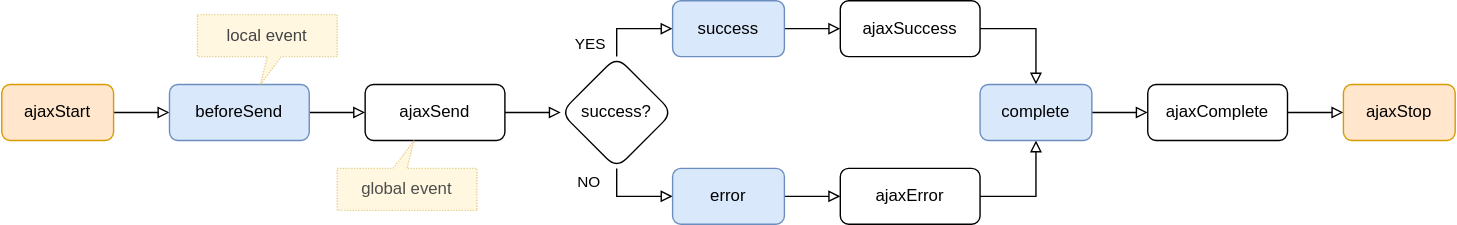
AntonShevchuk/jquery-for-beginners keeps this draw.io diagram as .gitbook/assets/events.svg. Above is the earlier version. Source tidied: cells renumbered, new cells last; positions are measured from the earlier drawing's top-left corner, leaving out a move shared by most shapes. The source it was exported from:
```xml
<mxGraphModel>
  <root>
    <mxCell id="0" />
    <mxCell id="1" parent="0" />
    <mxCell id="2" style="edgeStyle=orthogonalEdgeStyle;rounded=0;jettySize=auto;html=1;endArrow=block;endFill=0;" parent="1" edge="1" source="3" target="5">
      <mxGeometry relative="1" as="geometry" />
    </mxCell>
    <mxCell id="3" value="ajaxStart" style="rounded=1;whiteSpace=wrap;html=1;fontSize=12;glass=0;strokeWidth=1;shadow=0;fillColor=#ffe6cc;strokeColor=#d79b00;" parent="1" vertex="1">
      <mxGeometry y="60" width="80" height="40" as="geometry" />
    </mxCell>
    <mxCell id="4" style="edgeStyle=orthogonalEdgeStyle;rounded=0;jettySize=auto;html=1;endArrow=block;endFill=0;" parent="1" edge="1" source="5" target="7">
      <mxGeometry relative="1" as="geometry" />
    </mxCell>
    <mxCell id="5" value="beforeSend" style="rounded=1;whiteSpace=wrap;html=1;fontSize=12;glass=0;strokeWidth=1;shadow=0;fillColor=#dae8fc;strokeColor=#6c8ebf;" parent="1" vertex="1">
      <mxGeometry x="120" y="60" width="100" height="40" as="geometry" />
    </mxCell>
    <mxCell id="6" style="edgeStyle=orthogonalEdgeStyle;rounded=0;jettySize=auto;html=1;endArrow=block;endFill=0;" parent="1" edge="1" source="7" target="11">
      <mxGeometry relative="1" as="geometry" />
    </mxCell>
    <mxCell id="7" value="ajaxSend" style="rounded=1;whiteSpace=wrap;html=1;fontSize=12;glass=0;strokeWidth=1;shadow=0;" parent="1" vertex="1">
      <mxGeometry x="260" y="60" width="100" height="40" as="geometry" />
    </mxCell>
    <mxCell id="8" style="edgeStyle=orthogonalEdgeStyle;rounded=0;jettySize=auto;html=1;entryX=0;entryY=0.5;entryDx=0;entryDy=0;endArrow=block;endFill=0;" parent="1" edge="1" source="11" target="15">
      <mxGeometry relative="1" as="geometry">
        <Array as="points">
          <mxPoint x="440" y="20" />
        </Array>
      </mxGeometry>
    </mxCell>
    <mxCell id="9" value="YES" style="edgeLabel;html=1;align=center;verticalAlign=middle;" parent="8" vertex="1">
      <mxGeometry x="0.03" y="4" relative="1" as="geometry">
        <mxPoint x="-31" y="14" as="offset" />
      </mxGeometry>
    </mxCell>
    <mxCell id="10" value="NO" style="edgeStyle=orthogonalEdgeStyle;rounded=0;jettySize=auto;html=1;endArrow=block;endFill=0;entryX=0;entryY=0.5;entryDx=0;entryDy=0;" parent="1" edge="1" source="11" target="13">
      <mxGeometry x="-0.67" y="-20" relative="1" as="geometry">
        <Array as="points">
          <mxPoint x="440" y="140" />
        </Array>
      </mxGeometry>
    </mxCell>
    <mxCell id="11" value="success?" style="rhombus;whiteSpace=wrap;html=1;rounded=1;glass=0;strokeWidth=1;shadow=0;" parent="1" vertex="1">
      <mxGeometry x="400" y="40" width="80" height="80" as="geometry" />
    </mxCell>
    <mxCell id="12" style="edgeStyle=orthogonalEdgeStyle;rounded=0;jettySize=auto;html=1;endArrow=block;endFill=0;" parent="1" edge="1" source="13" target="19">
      <mxGeometry relative="1" as="geometry" />
    </mxCell>
    <mxCell id="13" value="error" style="rounded=1;whiteSpace=wrap;html=1;fontSize=12;glass=0;strokeWidth=1;shadow=0;fillColor=#dae8fc;strokeColor=#6c8ebf;" parent="1" vertex="1">
      <mxGeometry x="480" y="120" width="80" height="40" as="geometry" />
    </mxCell>
    <mxCell id="14" style="edgeStyle=orthogonalEdgeStyle;rounded=0;jettySize=auto;html=1;endArrow=block;endFill=0;" parent="1" edge="1" source="15" target="17">
      <mxGeometry relative="1" as="geometry" />
    </mxCell>
    <mxCell id="15" value="success" style="rounded=1;whiteSpace=wrap;html=1;fontSize=12;glass=0;strokeWidth=1;shadow=0;fillColor=#dae8fc;strokeColor=#6c8ebf;" parent="1" vertex="1">
      <mxGeometry x="480" width="80" height="40" as="geometry" />
    </mxCell>
    <mxCell id="16" style="edgeStyle=orthogonalEdgeStyle;rounded=0;jettySize=auto;html=1;endArrow=block;endFill=0;" parent="1" edge="1" source="17" target="21">
      <mxGeometry relative="1" as="geometry">
        <Array as="points">
          <mxPoint x="740" y="20" />
        </Array>
      </mxGeometry>
    </mxCell>
    <mxCell id="17" value="ajaxSuccess" style="rounded=1;whiteSpace=wrap;html=1;fontSize=12;glass=0;strokeWidth=1;shadow=0;" parent="1" vertex="1">
      <mxGeometry x="600" width="100" height="40" as="geometry" />
    </mxCell>
    <mxCell id="18" style="edgeStyle=orthogonalEdgeStyle;rounded=0;jettySize=auto;html=1;entryX=0.5;entryY=1;entryDx=0;entryDy=0;endArrow=block;endFill=0;" parent="1" edge="1" source="19" target="21">
      <mxGeometry relative="1" as="geometry">
        <Array as="points">
          <mxPoint x="740" y="140" />
        </Array>
      </mxGeometry>
    </mxCell>
    <mxCell id="19" value="ajaxError" style="rounded=1;whiteSpace=wrap;html=1;fontSize=12;glass=0;strokeWidth=1;shadow=0;" parent="1" vertex="1">
      <mxGeometry x="600" y="120" width="100" height="40" as="geometry" />
    </mxCell>
    <mxCell id="20" style="edgeStyle=orthogonalEdgeStyle;rounded=0;jettySize=auto;html=1;endArrow=block;endFill=0;" parent="1" edge="1" source="21" target="23">
      <mxGeometry relative="1" as="geometry" />
    </mxCell>
    <mxCell id="21" value="complete" style="rounded=1;whiteSpace=wrap;html=1;fontSize=12;glass=0;strokeWidth=1;shadow=0;fillColor=#dae8fc;strokeColor=#6c8ebf;" parent="1" vertex="1">
      <mxGeometry x="700" y="60" width="80" height="40" as="geometry" />
    </mxCell>
    <mxCell id="22" style="edgeStyle=orthogonalEdgeStyle;rounded=0;jettySize=auto;html=1;endArrow=block;endFill=0;" parent="1" edge="1" source="23" target="24">
      <mxGeometry relative="1" as="geometry" />
    </mxCell>
    <mxCell id="23" value="ajaxComplete" style="rounded=1;whiteSpace=wrap;html=1;fontSize=12;glass=0;strokeWidth=1;shadow=0;" parent="1" vertex="1">
      <mxGeometry x="820" y="60" width="100" height="40" as="geometry" />
    </mxCell>
    <mxCell id="24" value="ajaxStop" style="rounded=1;whiteSpace=wrap;html=1;fontSize=12;glass=0;strokeWidth=1;shadow=0;fillColor=#ffe6cc;strokeColor=#d79b00;" parent="1" vertex="1">
      <mxGeometry x="960" y="60" width="80" height="40" as="geometry" />
    </mxCell>
    <mxCell id="25" value="local event" style="shape=callout;whiteSpace=wrap;html=1;perimeter=calloutPerimeter;fillColor=#fff2cc;strokeColor=#d6b656;position2=0.45;size=20;position=0.5;dashed=1;dashPattern=1 1;opacity=60;base=10;fontColor=#434445;" parent="1" vertex="1">
      <mxGeometry x="140" y="10" width="100" height="50" as="geometry" />
    </mxCell>
    <mxCell id="26" value="global event" style="shape=callout;whiteSpace=wrap;html=1;perimeter=calloutPerimeter;fillColor=#fff2cc;strokeColor=#d6b656;position2=0.45;size=20;position=0.5;base=10;direction=west;dashed=1;dashPattern=1 1;opacity=60;fontColor=#4D4D4D;" parent="1" vertex="1">
      <mxGeometry x="240" y="100" width="100" height="50" as="geometry" />
    </mxCell>
  </root>
</mxGraphModel>
```
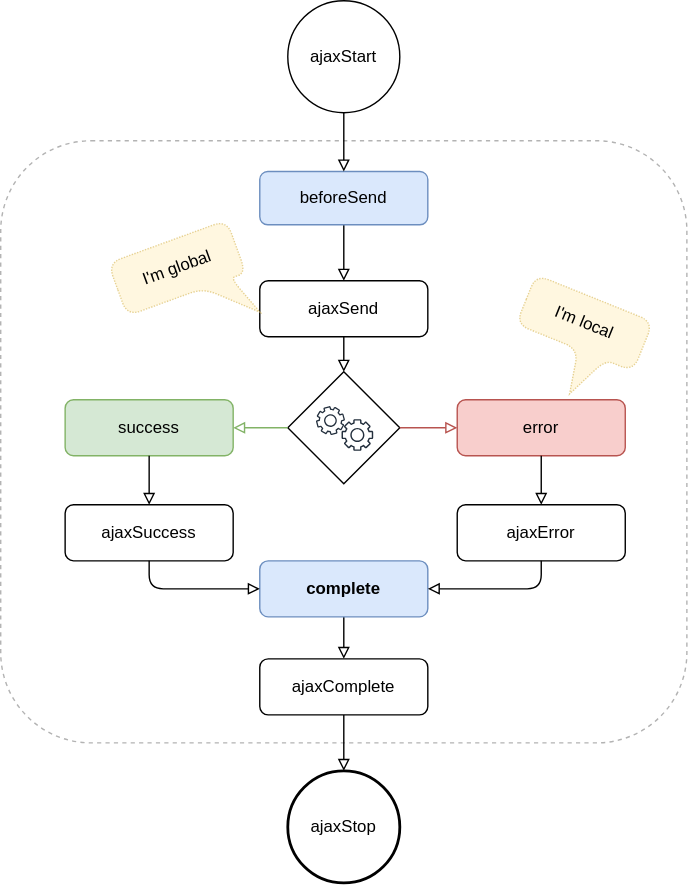
After the commit.

What changed in the source:
```diff
@@ -1,99 +1,98 @@
-<mxGraphModel>
+<mxGraphModel background="#ffffff">
   <root>
-    <mxCell id="0" />
-    <mxCell id="1" parent="0" />
-    <mxCell id="2" style="edgeStyle=orthogonalEdgeStyle;rounded=0;jettySize=auto;html=1;endArrow=block;endFill=0;" parent="1" edge="1" source="3" target="5">
-      <mxGeometry relative="1" as="geometry" />
-    </mxCell>
+    <mxCell id="27" />
+    <mxCell id="28" parent="27" />
+    <mxCell id="29" style="rounded=1;whiteSpace=wrap;html=1;strokeColor=#B3B3B3;strokeWidth=1;fillColor=none;dashed=1;" parent="28" vertex="1">
+      <mxGeometry x="-126" y="160" width="490" height="430" as="geometry" />
+    </mxCell>
-    <mxCell id="3" value="ajaxStart" style="rounded=1;whiteSpace=wrap;html=1;fontSize=12;glass=0;strokeWidth=1;shadow=0;fillColor=#ffe6cc;strokeColor=#d79b00;" parent="1" vertex="1">
-      <mxGeometry y="60" width="80" height="40" as="geometry" />
+    <mxCell id="3" value="ajaxStart" style="ellipse;whiteSpace=wrap;html=1;strokeWidth=1;" parent="28" vertex="1">
+      <mxGeometry x="79" y="60" width="80" height="80" as="geometry" />
     </mxCell>
-    <mxCell id="4" style="edgeStyle=orthogonalEdgeStyle;rounded=0;jettySize=auto;html=1;endArrow=block;endFill=0;" parent="1" edge="1" source="5" target="7">
+    <mxCell id="4" style="edgeStyle=orthogonalEdgeStyle;rounded=0;jettySize=auto;html=1;entryX=0.5;entryY=0;entryDx=0;entryDy=0;endArrow=block;endFill=0;" parent="28" edge="1" source="5" target="7">
       <mxGeometry relative="1" as="geometry" />
     </mxCell>
-    <mxCell id="5" value="beforeSend" style="rounded=1;whiteSpace=wrap;html=1;fontSize=12;glass=0;strokeWidth=1;shadow=0;fillColor=#dae8fc;strokeColor=#6c8ebf;" parent="1" vertex="1">
-      <mxGeometry x="120" y="60" width="100" height="40" as="geometry" />
+    <mxCell id="5" value="beforeSend" style="rounded=1;whiteSpace=wrap;html=1;fillColor=#dae8fc;strokeColor=#6c8ebf;strokeWidth=1;fontStyle=0;" parent="28" vertex="1">
+      <mxGeometry x="59" y="182" width="120" height="38" as="geometry" />
     </mxCell>
-    <mxCell id="6" style="edgeStyle=orthogonalEdgeStyle;rounded=0;jettySize=auto;html=1;endArrow=block;endFill=0;" parent="1" edge="1" source="7" target="11">
-      <mxGeometry relative="1" as="geometry" />
-    </mxCell>
-    <mxCell id="7" value="ajaxSend" style="rounded=1;whiteSpace=wrap;html=1;fontSize=12;glass=0;strokeWidth=1;shadow=0;" parent="1" vertex="1">
-      <mxGeometry x="260" y="60" width="100" height="40" as="geometry" />
+    <mxCell id="7" value="ajaxSend" style="rounded=1;whiteSpace=wrap;html=1;strokeWidth=1;" parent="28" vertex="1">
+      <mxGeometry x="59" y="260" width="120" height="40" as="geometry" />
     </mxCell>
-    <mxCell id="8" style="edgeStyle=orthogonalEdgeStyle;rounded=0;jettySize=auto;html=1;entryX=0;entryY=0.5;entryDx=0;entryDy=0;endArrow=block;endFill=0;" parent="1" edge="1" source="11" target="15">
-      <mxGeometry relative="1" as="geometry">
-        <Array as="points">
-          <mxPoint x="440" y="20" />
-        </Array>
-      </mxGeometry>
-    </mxCell>
-    <mxCell id="9" value="YES" style="edgeLabel;html=1;align=center;verticalAlign=middle;" parent="8" vertex="1">
-      <mxGeometry x="0.03" y="4" relative="1" as="geometry">
-        <mxPoint x="-31" y="14" as="offset" />
-      </mxGeometry>
-    </mxCell>
-    <mxCell id="10" value="NO" style="edgeStyle=orthogonalEdgeStyle;rounded=0;jettySize=auto;html=1;endArrow=block;endFill=0;entryX=0;entryY=0.5;entryDx=0;entryDy=0;" parent="1" edge="1" source="11" target="13">
-      <mxGeometry x="-0.67" y="-20" relative="1" as="geometry">
-        <Array as="points">
-          <mxPoint x="440" y="140" />
-        </Array>
-      </mxGeometry>
-    </mxCell>
-    <mxCell id="11" value="success?" style="rhombus;whiteSpace=wrap;html=1;rounded=1;glass=0;strokeWidth=1;shadow=0;" parent="1" vertex="1">
-      <mxGeometry x="400" y="40" width="80" height="80" as="geometry" />
-    </mxCell>
+    <mxCell id="2" style="endArrow=block;html=1;entryX=0.5;entryY=0;exitX=0.5;exitY=1;endFill=0;" parent="28" edge="1" source="3" target="5">
+      <mxGeometry relative="1" as="geometry" />
+    </mxCell>
+    <mxCell id="20" style="edgeStyle=orthogonalEdgeStyle;rounded=0;jettySize=auto;html=1;exitX=0.5;exitY=1;exitDx=0;exitDy=0;endArrow=block;endFill=0;" parent="28" edge="1" source="21" target="23">
+      <mxGeometry relative="1" as="geometry" />
+    </mxCell>
+    <mxCell id="30" style="rhombus;whiteSpace=wrap;html=1;strokeWidth=1;" parent="28" vertex="1">
+      <mxGeometry x="79" y="325" width="80" height="80" as="geometry" />
+    </mxCell>
+    <mxCell id="31" style="endArrow=block;html=1;exitX=0.5;exitY=1;entryX=0.5;entryY=0;strokeWidth=1;endFill=0;" parent="28" edge="1" source="7" target="30">
+      <mxGeometry relative="1" as="geometry" />
+    </mxCell>
+    <mxCell id="15" value="success" style="rounded=1;whiteSpace=wrap;html=1;fillColor=#d5e8d4;strokeColor=#82b366;strokeWidth=1;fontStyle=0;" parent="28" vertex="1">
+      <mxGeometry x="-80" y="345" width="120" height="40" as="geometry" />
+    </mxCell>
+    <mxCell id="32" style="endArrow=block;html=1;exitX=0;exitY=0.5;entryX=1;entryY=0.5;fillColor=#d5e8d4;strokeColor=#82b366;strokeWidth=1;endFill=0;" parent="28" edge="1" source="30" target="15">
+      <mxGeometry relative="1" as="geometry" />
+    </mxCell>
+    <mxCell id="13" value="error" style="rounded=1;whiteSpace=wrap;html=1;fillColor=#f8cecc;strokeColor=#b85450;strokeWidth=1;fontStyle=0;" parent="28" vertex="1">
+      <mxGeometry x="200" y="345" width="120" height="40" as="geometry" />
+    </mxCell>
+    <mxCell id="33" style="endArrow=block;html=1;exitX=1;exitY=0.5;fillColor=#f8cecc;strokeColor=#b85450;strokeWidth=1;endFill=0;" parent="28" edge="1" source="30" target="13">
+      <mxGeometry relative="1" as="geometry" />
+    </mxCell>
+    <mxCell id="17" value="ajaxSuccess" style="rounded=1;whiteSpace=wrap;html=1;strokeWidth=1;" parent="28" vertex="1">
+      <mxGeometry x="-80" y="420" width="120" height="40" as="geometry" />
+    </mxCell>
+    <mxCell id="19" value="ajaxError" style="rounded=1;whiteSpace=wrap;html=1;strokeWidth=1;" parent="28" vertex="1">
+      <mxGeometry x="200" y="420" width="120" height="40" as="geometry" />
+    </mxCell>
+    <mxCell id="14" style="endArrow=block;html=1;exitX=0.5;exitY=1;entryX=0.5;entryY=0;strokeWidth=1;endFill=0;" parent="28" edge="1" source="15" target="17">
+      <mxGeometry relative="1" as="geometry" />
+    </mxCell>
-    <mxCell id="12" style="edgeStyle=orthogonalEdgeStyle;rounded=0;jettySize=auto;html=1;endArrow=block;endFill=0;" parent="1" edge="1" source="13" target="19">
+    <mxCell id="12" style="endArrow=block;html=1;exitX=0.5;exitY=1;strokeWidth=1;endFill=0;" parent="28" edge="1" source="13" target="19">
       <mxGeometry relative="1" as="geometry" />
     </mxCell>
-    <mxCell id="13" value="error" style="rounded=1;whiteSpace=wrap;html=1;fontSize=12;glass=0;strokeWidth=1;shadow=0;fillColor=#dae8fc;strokeColor=#6c8ebf;" parent="1" vertex="1">
-      <mxGeometry x="480" y="120" width="80" height="40" as="geometry" />
-    </mxCell>
-    <mxCell id="14" style="edgeStyle=orthogonalEdgeStyle;rounded=0;jettySize=auto;html=1;endArrow=block;endFill=0;" parent="1" edge="1" source="15" target="17">
-      <mxGeometry relative="1" as="geometry" />
-    </mxCell>
-    <mxCell id="15" value="success" style="rounded=1;whiteSpace=wrap;html=1;fontSize=12;glass=0;strokeWidth=1;shadow=0;fillColor=#dae8fc;strokeColor=#6c8ebf;" parent="1" vertex="1">
-      <mxGeometry x="480" width="80" height="40" as="geometry" />
-    </mxCell>
-    <mxCell id="16" style="edgeStyle=orthogonalEdgeStyle;rounded=0;jettySize=auto;html=1;endArrow=block;endFill=0;" parent="1" edge="1" source="17" target="21">
-      <mxGeometry relative="1" as="geometry">
-        <Array as="points">
-          <mxPoint x="740" y="20" />
-        </Array>
-      </mxGeometry>
-    </mxCell>
-    <mxCell id="17" value="ajaxSuccess" style="rounded=1;whiteSpace=wrap;html=1;fontSize=12;glass=0;strokeWidth=1;shadow=0;" parent="1" vertex="1">
-      <mxGeometry x="600" width="100" height="40" as="geometry" />
-    </mxCell>
-    <mxCell id="18" style="edgeStyle=orthogonalEdgeStyle;rounded=0;jettySize=auto;html=1;entryX=0.5;entryY=1;entryDx=0;entryDy=0;endArrow=block;endFill=0;" parent="1" edge="1" source="19" target="21">
-      <mxGeometry relative="1" as="geometry">
-        <Array as="points">
-          <mxPoint x="740" y="140" />
-        </Array>
-      </mxGeometry>
-    </mxCell>
-    <mxCell id="19" value="ajaxError" style="rounded=1;whiteSpace=wrap;html=1;fontSize=12;glass=0;strokeWidth=1;shadow=0;" parent="1" vertex="1">
-      <mxGeometry x="600" y="120" width="100" height="40" as="geometry" />
-    </mxCell>
-    <mxCell id="20" style="edgeStyle=orthogonalEdgeStyle;rounded=0;jettySize=auto;html=1;endArrow=block;endFill=0;" parent="1" edge="1" source="21" target="23">
-      <mxGeometry relative="1" as="geometry" />
-    </mxCell>
-    <mxCell id="21" value="complete" style="rounded=1;whiteSpace=wrap;html=1;fontSize=12;glass=0;strokeWidth=1;shadow=0;fillColor=#dae8fc;strokeColor=#6c8ebf;" parent="1" vertex="1">
-      <mxGeometry x="700" y="60" width="80" height="40" as="geometry" />
+    <mxCell id="21" value="complete" style="rounded=1;whiteSpace=wrap;html=1;strokeColor=#6c8ebf;strokeWidth=1;fillColor=#dae8fc;fontStyle=1;" parent="28" vertex="1">
+      <mxGeometry x="59" y="460" width="120" height="40" as="geometry" />
     </mxCell>
-    <mxCell id="22" style="edgeStyle=orthogonalEdgeStyle;rounded=0;jettySize=auto;html=1;endArrow=block;endFill=0;" parent="1" edge="1" source="23" target="24">
+    <mxCell id="22" style="edgeStyle=orthogonalEdgeStyle;rounded=0;html=1;jettySize=auto;strokeWidth=1;endArrow=block;endFill=0;" parent="28" edge="1" source="23" target="24">
       <mxGeometry relative="1" as="geometry" />
     </mxCell>
-    <mxCell id="23" value="ajaxComplete" style="rounded=1;whiteSpace=wrap;html=1;fontSize=12;glass=0;strokeWidth=1;shadow=0;" parent="1" vertex="1">
-      <mxGeometry x="820" y="60" width="100" height="40" as="geometry" />
+    <mxCell id="23" value="ajaxComplete" style="rounded=1;whiteSpace=wrap;html=1;strokeWidth=1;" parent="28" vertex="1">
+      <mxGeometry x="59" y="530" width="120" height="40" as="geometry" />
     </mxCell>
-    <mxCell id="24" value="ajaxStop" style="rounded=1;whiteSpace=wrap;html=1;fontSize=12;glass=0;strokeWidth=1;shadow=0;fillColor=#ffe6cc;strokeColor=#d79b00;" parent="1" vertex="1">
-      <mxGeometry x="960" y="60" width="80" height="40" as="geometry" />
+    <mxCell id="24" value="ajaxStop" style="ellipse;whiteSpace=wrap;html=1;strokeWidth=2;" parent="28" vertex="1">
+      <mxGeometry x="79" y="610" width="80" height="80" as="geometry" />
     </mxCell>
-    <mxCell id="25" value="local event" style="shape=callout;whiteSpace=wrap;html=1;perimeter=calloutPerimeter;fillColor=#fff2cc;strokeColor=#d6b656;position2=0.45;size=20;position=0.5;dashed=1;dashPattern=1 1;opacity=60;base=10;fontColor=#434445;" parent="1" vertex="1">
-      <mxGeometry x="140" y="10" width="100" height="50" as="geometry" />
-    </mxCell>
-    <mxCell id="26" value="global event" style="shape=callout;whiteSpace=wrap;html=1;perimeter=calloutPerimeter;fillColor=#fff2cc;strokeColor=#d6b656;position2=0.45;size=20;position=0.5;base=10;direction=west;dashed=1;dashPattern=1 1;opacity=60;fontColor=#4D4D4D;" parent="1" vertex="1">
-      <mxGeometry x="240" y="100" width="100" height="50" as="geometry" />
-    </mxCell>
+    <mxCell id="18" style="endArrow=block;html=1;strokeWidth=1;entryX=1;entryY=0.5;exitX=0.5;exitY=1;endFill=0;" parent="28" edge="1" source="19" target="21">
+      <mxGeometry relative="1" as="geometry">
+        <Array as="points">
+          <mxPoint x="260" y="480" />
+        </Array>
+      </mxGeometry>
+    </mxCell>
+    <mxCell id="16" style="endArrow=block;html=1;strokeWidth=1;entryX=0;entryY=0.5;exitX=0.5;exitY=1;endFill=0;" parent="28" edge="1" source="17" target="21">
+      <mxGeometry relative="1" as="geometry">
+        <Array as="points">
+          <mxPoint x="-20" y="480" />
+        </Array>
+      </mxGeometry>
+    </mxCell>
+    <mxCell id="34" value="I'm global" style="shape=callout;whiteSpace=wrap;html=1;perimeter=calloutPerimeter;strokeColor=#d6b656;strokeWidth=1;fillColor=#fff2cc;position2=1;base=21;size=30;position=0.64;rounded=1;rotation=-20;dashed=1;dashPattern=1 1;opacity=60;" parent="28" vertex="1">
+      <mxGeometry x="-40" y="230" width="90" height="70" as="geometry" />
+    </mxCell>
+    <mxCell id="35" value="I'm local" style="shape=callout;whiteSpace=wrap;html=1;perimeter=calloutPerimeter;strokeColor=#d6b656;strokeWidth=1;fillColor=#fff2cc;position2=0.6;base=21;size=32;position=0.53;rounded=1;rotation=22;direction=east;dashed=1;dashPattern=1 1;opacity=60;" parent="28" vertex="1">
+      <mxGeometry x="240" y="270" width="90" height="70" as="geometry" />
+    </mxCell>
+    <mxCell id="36" style="group;" parent="28" vertex="1">
+      <mxGeometry x="97" y="347" width="43" height="38" as="geometry" />
+    </mxCell>
+    <mxCell id="37" style="sketch=0;fontColor=#232F3E;gradientColor=none;fillColor=#232F3D;strokeColor=none;dashed=0;verticalLabelPosition=bottom;verticalAlign=top;align=center;html=1;fontSize=12;fontStyle=0;shape=mxgraph.aws4.gear;rotation=-15;" parent="36" vertex="1">
+      <mxGeometry x="2.3" y="2.6" width="20.4" height="20.4" as="geometry" />
+    </mxCell>
+    <mxCell id="38" style="sketch=0;fontColor=#232F3E;gradientColor=none;fillColor=#232F3D;strokeColor=none;dashed=0;verticalLabelPosition=bottom;verticalAlign=top;align=center;html=1;fontSize=12;fontStyle=0;shape=mxgraph.aws4.gear;" parent="36" vertex="1">
+      <mxGeometry x="20.4" y="11.8" width="22.6" height="22.6" as="geometry" />
+    </mxCell>
   </root>
 </mxGraphModel>
```
